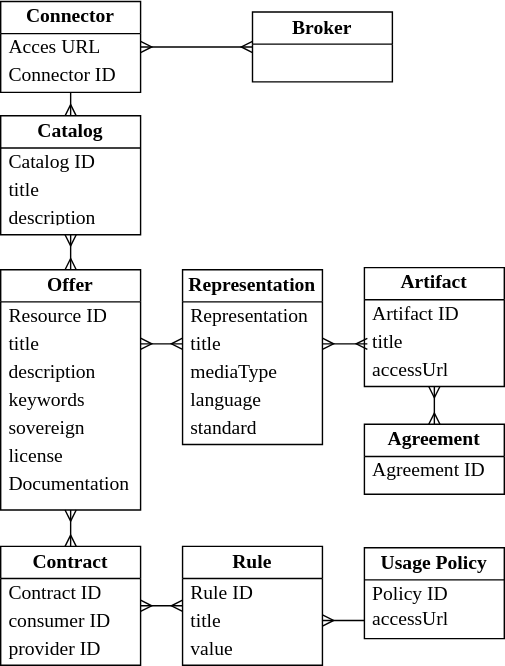
Before: img/IDSA/IDSA_ER.svg, a diagram exported from draw.io (KristavanZandwijk/MVDS). Source tidied: cells renumbered, new cells last; positions are measured from the earlier drawing's top-left corner, leaving out a move shared by most shapes. Its diagram source:
```xml
<mxGraphModel>
  <root>
    <mxCell id="0" />
    <mxCell id="1" parent="0" />
    <mxCell id="2" style="edgeStyle=orthogonalEdgeStyle;rounded=0;jettySize=auto;html=1;endArrow=ERmany;endFill=0;startArrow=ERmany;startFill=0;fontFamily=Times New Roman;fontSize=14;" parent="1" edge="1" source="4" target="47">
      <mxGeometry relative="1" as="geometry" />
    </mxCell>
    <mxCell id="3" style="rounded=0;jettySize=auto;html=1;endArrow=ERmany;endFill=0;strokeColor=#000000;fontFamily=Times New Roman;fontSize=14;" parent="1" edge="1" source="4" target="15">
      <mxGeometry x="-0.2" y="-18" relative="1" as="geometry" />
    </mxCell>
    <mxCell id="4" value="Connector" style="swimlane;whiteSpace=wrap;html=1;fontFamily=Times New Roman;fontSize=14;" parent="1" vertex="1">
      <mxGeometry y="0.5" width="100" height="65" as="geometry" />
    </mxCell>
    <mxCell id="5" value="Acces URL" style="text;strokeColor=none;fillColor=none;align=left;verticalAlign=middle;spacingLeft=4;spacingRight=4;overflow=hidden;whiteSpace=wrap;html=1;fontSize=14;fontFamily=Times New Roman;" parent="4" vertex="1">
      <mxGeometry y="22.5" width="100" height="20" as="geometry" />
    </mxCell>
    <mxCell id="6" value="Connector ID" style="text;strokeColor=none;fillColor=none;align=left;verticalAlign=middle;spacingLeft=4;spacingRight=4;overflow=hidden;whiteSpace=wrap;html=1;fontSize=14;fontFamily=Times New Roman;" parent="4" vertex="1">
      <mxGeometry y="42.5" width="100" height="20" as="geometry" />
    </mxCell>
    <mxCell id="7" value="Offer" style="swimlane;whiteSpace=wrap;html=1;fontFamily=Times New Roman;fontSize=14;" parent="1" vertex="1">
      <mxGeometry y="192.2" width="100" height="171.8" as="geometry" />
    </mxCell>
    <mxCell id="8" value="Resource ID" style="text;strokeColor=none;fillColor=none;align=left;verticalAlign=middle;spacingLeft=4;spacingRight=4;overflow=hidden;whiteSpace=wrap;html=1;fontSize=14;fontFamily=Times New Roman;" parent="7" vertex="1">
      <mxGeometry y="23" width="100" height="20" as="geometry" />
    </mxCell>
    <mxCell id="9" value="title" style="text;strokeColor=none;fillColor=none;align=left;verticalAlign=middle;spacingLeft=4;spacingRight=4;overflow=hidden;points=[[0,0.5],[1,0.5]];portConstraint=eastwest;whiteSpace=wrap;html=1;fontSize=14;fontFamily=Times New Roman;" parent="7" vertex="1">
      <mxGeometry y="43" width="100" height="20" as="geometry" />
    </mxCell>
    <mxCell id="10" value="description" style="text;strokeColor=none;fillColor=none;align=left;verticalAlign=middle;spacingLeft=4;spacingRight=4;overflow=hidden;whiteSpace=wrap;html=1;fontSize=14;fontFamily=Times New Roman;" parent="7" vertex="1">
      <mxGeometry y="63" width="100" height="20" as="geometry" />
    </mxCell>
    <mxCell id="11" value="keywords" style="text;strokeColor=none;fillColor=none;align=left;verticalAlign=middle;spacingLeft=4;spacingRight=4;overflow=hidden;whiteSpace=wrap;html=1;fontSize=14;fontFamily=Times New Roman;" parent="7" vertex="1">
      <mxGeometry y="83" width="100" height="20" as="geometry" />
    </mxCell>
    <mxCell id="12" value="sovereign" style="text;strokeColor=none;fillColor=none;align=left;verticalAlign=middle;spacingLeft=4;spacingRight=4;overflow=hidden;whiteSpace=wrap;html=1;fontSize=14;fontFamily=Times New Roman;" parent="7" vertex="1">
      <mxGeometry y="103" width="100" height="20" as="geometry" />
    </mxCell>
    <mxCell id="13" value="license" style="text;strokeColor=none;fillColor=none;align=left;verticalAlign=middle;spacingLeft=4;spacingRight=4;overflow=hidden;whiteSpace=wrap;html=1;fontSize=14;fontFamily=Times New Roman;" parent="7" vertex="1">
      <mxGeometry y="123" width="100" height="20" as="geometry" />
    </mxCell>
    <mxCell id="14" value="Documentation" style="text;strokeColor=none;fillColor=none;align=left;verticalAlign=middle;spacingLeft=4;spacingRight=4;overflow=hidden;whiteSpace=wrap;html=1;fontSize=14;fontFamily=Times New Roman;" parent="7" vertex="1">
      <mxGeometry y="143" width="100" height="20" as="geometry" />
    </mxCell>
    <mxCell id="15" value="Catalog" style="swimlane;whiteSpace=wrap;html=1;fontFamily=Times New Roman;fontSize=14;" parent="1" vertex="1">
      <mxGeometry y="82.2" width="100" height="85" as="geometry" />
    </mxCell>
    <mxCell id="16" value="Catalog ID" style="text;strokeColor=none;fillColor=none;align=left;verticalAlign=middle;spacingLeft=4;spacingRight=4;overflow=hidden;whiteSpace=wrap;html=1;fontSize=14;fontFamily=Times New Roman;" parent="15" vertex="1">
      <mxGeometry y="23" width="100" height="20" as="geometry" />
    </mxCell>
    <mxCell id="17" value="title" style="text;strokeColor=none;fillColor=none;align=left;verticalAlign=middle;spacingLeft=4;spacingRight=4;overflow=hidden;whiteSpace=wrap;html=1;fontSize=14;fontFamily=Times New Roman;" parent="15" vertex="1">
      <mxGeometry y="43" width="100" height="20" as="geometry" />
    </mxCell>
    <mxCell id="18" value="&lt;div&gt;description&lt;/div&gt;" style="text;strokeColor=none;fillColor=none;align=left;verticalAlign=middle;spacingLeft=4;spacingRight=4;overflow=hidden;whiteSpace=wrap;html=1;fontSize=14;fontFamily=Times New Roman;" parent="15" vertex="1">
      <mxGeometry y="63" width="100" height="17" as="geometry" />
    </mxCell>
    <mxCell id="19" value="Usage Policy" style="swimlane;whiteSpace=wrap;html=1;startSize=23;fontFamily=Times New Roman;fontSize=14;" parent="1" vertex="1">
      <mxGeometry x="260" y="391" width="100" height="65" as="geometry" />
    </mxCell>
    <mxCell id="20" value="Policy ID" style="text;strokeColor=none;fillColor=none;align=left;verticalAlign=middle;spacingLeft=4;spacingRight=4;overflow=hidden;whiteSpace=wrap;html=1;fontSize=14;fontFamily=Times New Roman;" parent="19" vertex="1">
      <mxGeometry y="23" width="100" height="20" as="geometry" />
    </mxCell>
    <mxCell id="21" value="accessUrl" style="text;strokeColor=none;fillColor=none;align=left;verticalAlign=middle;spacingLeft=4;spacingRight=4;overflow=hidden;points=[[0,0.5],[1,0.5]];portConstraint=eastwest;whiteSpace=wrap;html=1;fontSize=14;fontFamily=Times New Roman;" parent="19" vertex="1">
      <mxGeometry y="40.5" width="100" height="20" as="geometry" />
    </mxCell>
    <mxCell id="22" style="edgeStyle=orthogonalEdgeStyle;rounded=0;jettySize=auto;html=1;endArrow=none;endFill=0;startArrow=ERmany;startFill=0;fontFamily=Times New Roman;fontSize=14;exitX=1;exitY=0.5;exitDx=0;exitDy=0;" parent="1" edge="1" source="26" target="21">
      <mxGeometry y="-10" relative="1" as="geometry">
        <Array as="points">
          <mxPoint x="260" y="443" />
          <mxPoint x="260" y="443" />
        </Array>
      </mxGeometry>
    </mxCell>
    <mxCell id="23" style="edgeStyle=orthogonalEdgeStyle;rounded=0;jettySize=auto;html=1;endArrow=ERmany;endFill=0;startArrow=ERmany;startFill=0;fontFamily=Times New Roman;fontSize=14;" parent="1" edge="1" source="24" target="29">
      <mxGeometry x="0.04" y="10" relative="1" as="geometry" />
    </mxCell>
    <mxCell id="24" value="Rule" style="swimlane;whiteSpace=wrap;html=1;fontFamily=Times New Roman;fontSize=14;" parent="1" vertex="1">
      <mxGeometry x="130" y="390" width="100" height="85" as="geometry" />
    </mxCell>
    <mxCell id="25" value="Rule ID" style="text;strokeColor=none;fillColor=none;align=left;verticalAlign=middle;spacingLeft=4;spacingRight=4;overflow=hidden;whiteSpace=wrap;html=1;fontSize=14;fontFamily=Times New Roman;" parent="24" vertex="1">
      <mxGeometry y="23" width="100" height="20" as="geometry" />
    </mxCell>
    <mxCell id="26" value="title" style="text;strokeColor=none;fillColor=none;align=left;verticalAlign=middle;spacingLeft=4;spacingRight=4;overflow=hidden;points=[[0,0.5],[1,0.5]];portConstraint=eastwest;whiteSpace=wrap;html=1;fontSize=14;fontFamily=Times New Roman;" parent="24" vertex="1">
      <mxGeometry y="43" width="100" height="20" as="geometry" />
    </mxCell>
    <mxCell id="27" value="value" style="text;strokeColor=none;fillColor=none;align=left;verticalAlign=middle;spacingLeft=4;spacingRight=4;overflow=hidden;whiteSpace=wrap;html=1;fontSize=14;fontFamily=Times New Roman;" parent="24" vertex="1">
      <mxGeometry y="63" width="100" height="20" as="geometry" />
    </mxCell>
    <mxCell id="28" style="edgeStyle=orthogonalEdgeStyle;rounded=0;jettySize=auto;html=1;endArrow=ERmany;endFill=0;startArrow=ERmany;startFill=0;fontFamily=Times New Roman;fontSize=14;" parent="1" edge="1" source="29" target="7">
      <mxGeometry x="0.2" y="30" relative="1" as="geometry" />
    </mxCell>
    <mxCell id="29" value="Contract" style="swimlane;whiteSpace=wrap;html=1;fontFamily=Times New Roman;fontSize=14;" parent="1" vertex="1">
      <mxGeometry y="390" width="100" height="85" as="geometry" />
    </mxCell>
    <mxCell id="30" value="Contract ID" style="text;strokeColor=none;fillColor=none;align=left;verticalAlign=middle;spacingLeft=4;spacingRight=4;overflow=hidden;whiteSpace=wrap;html=1;fontSize=14;fontFamily=Times New Roman;" parent="29" vertex="1">
      <mxGeometry y="23" width="100" height="20" as="geometry" />
    </mxCell>
    <mxCell id="31" value="consumer ID" style="text;strokeColor=none;fillColor=none;align=left;verticalAlign=middle;spacingLeft=4;spacingRight=4;overflow=hidden;whiteSpace=wrap;html=1;fontSize=14;fontFamily=Times New Roman;" parent="29" vertex="1">
      <mxGeometry y="43" width="100" height="20" as="geometry" />
    </mxCell>
    <mxCell id="32" value="provider ID" style="text;strokeColor=none;fillColor=none;align=left;verticalAlign=middle;spacingLeft=4;spacingRight=4;overflow=hidden;whiteSpace=wrap;html=1;fontSize=14;fontFamily=Times New Roman;" parent="29" vertex="1">
      <mxGeometry y="62.5" width="100" height="20" as="geometry" />
    </mxCell>
    <mxCell id="33" style="edgeStyle=orthogonalEdgeStyle;rounded=0;jettySize=auto;html=1;endArrow=ERmany;endFill=0;startArrow=ERmany;startFill=0;fontFamily=Times New Roman;fontSize=14;" parent="1" edge="1" source="7" target="15">
      <mxGeometry x="0.2" y="30" relative="1" as="geometry" />
    </mxCell>
    <mxCell id="34" style="edgeStyle=orthogonalEdgeStyle;rounded=0;jettySize=auto;html=1;endArrow=ERmany;endFill=0;startArrow=ERmany;startFill=0;fontFamily=Times New Roman;fontSize=14;" parent="1" edge="1" source="35" target="48">
      <mxGeometry relative="1" as="geometry" />
    </mxCell>
    <mxCell id="35" value="Artifact" style="swimlane;whiteSpace=wrap;html=1;fontFamily=Times New Roman;fontSize=14;" parent="1" vertex="1">
      <mxGeometry x="260" y="190.8" width="100" height="85" as="geometry" />
    </mxCell>
    <mxCell id="36" value="Artifact ID" style="text;strokeColor=none;fillColor=none;align=left;verticalAlign=middle;spacingLeft=4;spacingRight=4;overflow=hidden;whiteSpace=wrap;html=1;fontSize=14;fontFamily=Times New Roman;" parent="35" vertex="1">
      <mxGeometry y="23" width="100" height="20" as="geometry" />
    </mxCell>
    <mxCell id="37" value="title" style="text;strokeColor=none;fillColor=none;align=left;verticalAlign=middle;spacingLeft=4;spacingRight=4;overflow=hidden;points=[[0,0.5],[1,0.5]];portConstraint=eastwest;whiteSpace=wrap;html=1;fontSize=14;fontFamily=Times New Roman;" parent="35" vertex="1">
      <mxGeometry y="43" width="70" height="20" as="geometry" />
    </mxCell>
    <mxCell id="38" value="accessUrl" style="text;strokeColor=none;fillColor=none;align=left;verticalAlign=middle;spacingLeft=4;spacingRight=4;overflow=hidden;whiteSpace=wrap;html=1;fontSize=14;fontFamily=Times New Roman;" parent="35" vertex="1">
      <mxGeometry y="63" width="100" height="20" as="geometry" />
    </mxCell>
    <mxCell id="39" style="edgeStyle=orthogonalEdgeStyle;rounded=0;jettySize=auto;html=1;endArrow=ERmany;endFill=0;startArrow=ERmany;startFill=0;fontFamily=Times New Roman;fontSize=14;exitX=1;exitY=0.5;exitDx=0;exitDy=0;entryX=0.03;entryY=0.576;entryDx=0;entryDy=0;entryPerimeter=0;" parent="1" edge="1" source="43" target="37">
      <mxGeometry y="10" relative="1" as="geometry" />
    </mxCell>
    <mxCell id="40" style="rounded=0;jettySize=auto;html=1;endArrow=ERmany;endFill=0;startArrow=ERmany;startFill=0;fontFamily=Times New Roman;fontSize=14;entryX=1;entryY=0.5;entryDx=0;entryDy=0;exitX=0;exitY=0.5;exitDx=0;exitDy=0;" parent="1" edge="1" source="43" target="9">
      <mxGeometry x="-0.04" y="-10" relative="1" as="geometry" />
    </mxCell>
    <mxCell id="41" value="Representation" style="swimlane;whiteSpace=wrap;html=1;fontFamily=Times New Roman;fontSize=14;" parent="1" vertex="1">
      <mxGeometry x="130" y="192.2" width="100" height="125" as="geometry" />
    </mxCell>
    <mxCell id="42" value="Representation ID" style="text;strokeColor=none;fillColor=none;align=left;verticalAlign=middle;spacingLeft=4;spacingRight=4;overflow=hidden;whiteSpace=wrap;html=1;fontSize=14;fontFamily=Times New Roman;" parent="41" vertex="1">
      <mxGeometry y="23" width="100" height="20" as="geometry" />
    </mxCell>
    <mxCell id="43" value="title" style="text;strokeColor=none;fillColor=none;align=left;verticalAlign=middle;spacingLeft=4;spacingRight=4;overflow=hidden;points=[[0,0.5],[1,0.5]];portConstraint=eastwest;whiteSpace=wrap;html=1;fontSize=14;fontFamily=Times New Roman;" parent="41" vertex="1">
      <mxGeometry y="43" width="100" height="20" as="geometry" />
    </mxCell>
    <mxCell id="44" value="mediaType" style="text;strokeColor=none;fillColor=none;align=left;verticalAlign=middle;spacingLeft=4;spacingRight=4;overflow=hidden;whiteSpace=wrap;html=1;fontSize=14;fontFamily=Times New Roman;" parent="41" vertex="1">
      <mxGeometry y="63" width="100" height="20" as="geometry" />
    </mxCell>
    <mxCell id="45" value="language" style="text;strokeColor=none;fillColor=none;align=left;verticalAlign=middle;spacingLeft=4;spacingRight=4;overflow=hidden;whiteSpace=wrap;html=1;fontSize=14;fontFamily=Times New Roman;" parent="41" vertex="1">
      <mxGeometry y="83" width="100" height="20" as="geometry" />
    </mxCell>
    <mxCell id="46" value="standard" style="text;strokeColor=none;fillColor=none;align=left;verticalAlign=middle;spacingLeft=4;spacingRight=4;overflow=hidden;whiteSpace=wrap;html=1;fontSize=14;fontFamily=Times New Roman;" parent="41" vertex="1">
      <mxGeometry y="103" width="100" height="20" as="geometry" />
    </mxCell>
    <mxCell id="47" value="Broker" style="swimlane;whiteSpace=wrap;html=1;fontFamily=Times New Roman;fontSize=14;" parent="1" vertex="1">
      <mxGeometry x="180" y="8" width="100" height="50" as="geometry" />
    </mxCell>
    <mxCell id="48" value="Agreement" style="swimlane;whiteSpace=wrap;html=1;fontFamily=Times New Roman;fontSize=14;" parent="1" vertex="1">
      <mxGeometry x="260" y="302.8" width="100" height="50" as="geometry" />
    </mxCell>
    <mxCell id="49" value="Agreement ID" style="text;strokeColor=none;fillColor=none;align=left;verticalAlign=middle;spacingLeft=4;spacingRight=4;overflow=hidden;whiteSpace=wrap;html=1;fontSize=14;fontFamily=Times New Roman;" parent="48" vertex="1">
      <mxGeometry y="22.5" width="100" height="20" as="geometry" />
    </mxCell>
  </root>
</mxGraphModel>
```
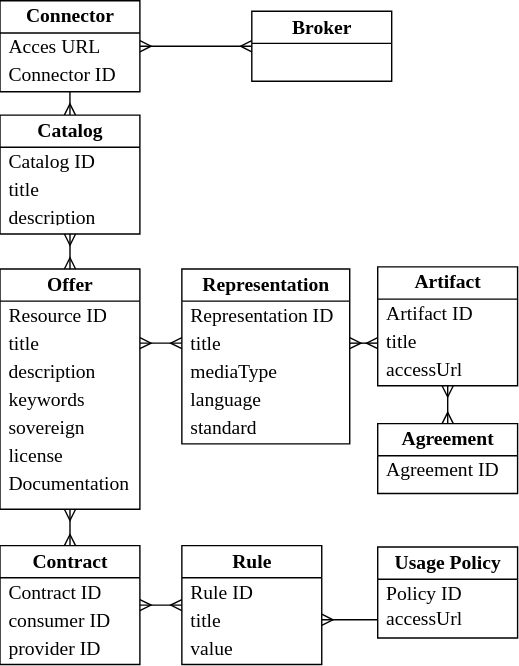
The same diagram one commit later.

Diff of the diagram source:
```diff
@@ -54,7 +54,7 @@
       <mxGeometry y="63" width="100" height="17" as="geometry" />
     </mxCell>
     <mxCell id="19" value="Usage Policy" style="swimlane;whiteSpace=wrap;html=1;startSize=23;fontFamily=Times New Roman;fontSize=14;" parent="1" vertex="1">
-      <mxGeometry x="260" y="391" width="100" height="65" as="geometry" />
+      <mxGeometry x="270" y="391" width="100" height="65" as="geometry" />
     </mxCell>
     <mxCell id="20" value="Policy ID" style="text;strokeColor=none;fillColor=none;align=left;verticalAlign=middle;spacingLeft=4;spacingRight=4;overflow=hidden;whiteSpace=wrap;html=1;fontSize=14;fontFamily=Times New Roman;" parent="19" vertex="1">
       <mxGeometry y="23" width="100" height="20" as="geometry" />
@@ -107,31 +107,36 @@
       <mxGeometry relative="1" as="geometry" />
     </mxCell>
     <mxCell id="35" value="Artifact" style="swimlane;whiteSpace=wrap;html=1;fontFamily=Times New Roman;fontSize=14;" parent="1" vertex="1">
-      <mxGeometry x="260" y="190.8" width="100" height="85" as="geometry" />
+      <mxGeometry x="270" y="190.8" width="100" height="85" as="geometry" />
     </mxCell>
     <mxCell id="36" value="Artifact ID" style="text;strokeColor=none;fillColor=none;align=left;verticalAlign=middle;spacingLeft=4;spacingRight=4;overflow=hidden;whiteSpace=wrap;html=1;fontSize=14;fontFamily=Times New Roman;" parent="35" vertex="1">
       <mxGeometry y="23" width="100" height="20" as="geometry" />
     </mxCell>
     <mxCell id="37" value="title" style="text;strokeColor=none;fillColor=none;align=left;verticalAlign=middle;spacingLeft=4;spacingRight=4;overflow=hidden;points=[[0,0.5],[1,0.5]];portConstraint=eastwest;whiteSpace=wrap;html=1;fontSize=14;fontFamily=Times New Roman;" parent="35" vertex="1">
-      <mxGeometry y="43" width="70" height="20" as="geometry" />
+      <mxGeometry y="43" width="100" height="20" as="geometry" />
     </mxCell>
     <mxCell id="38" value="accessUrl" style="text;strokeColor=none;fillColor=none;align=left;verticalAlign=middle;spacingLeft=4;spacingRight=4;overflow=hidden;whiteSpace=wrap;html=1;fontSize=14;fontFamily=Times New Roman;" parent="35" vertex="1">
       <mxGeometry y="63" width="100" height="20" as="geometry" />
     </mxCell>
-    <mxCell id="39" style="edgeStyle=orthogonalEdgeStyle;rounded=0;jettySize=auto;html=1;endArrow=ERmany;endFill=0;startArrow=ERmany;startFill=0;fontFamily=Times New Roman;fontSize=14;exitX=1;exitY=0.5;exitDx=0;exitDy=0;entryX=0.03;entryY=0.576;entryDx=0;entryDy=0;entryPerimeter=0;" parent="1" edge="1" source="43" target="37">
-      <mxGeometry y="10" relative="1" as="geometry" />
+    <mxCell id="39" style="edgeStyle=orthogonalEdgeStyle;rounded=0;jettySize=auto;html=1;endArrow=ERmany;endFill=0;startArrow=ERmany;startFill=0;fontFamily=Times New Roman;fontSize=14;" parent="1" edge="1" source="43" target="37">
+      <mxGeometry y="10" relative="1" as="geometry">
+        <Array as="points">
+          <mxPoint x="280" y="245" />
+          <mxPoint x="280" y="245" />
+        </Array>
+      </mxGeometry>
     </mxCell>
     <mxCell id="40" style="rounded=0;jettySize=auto;html=1;endArrow=ERmany;endFill=0;startArrow=ERmany;startFill=0;fontFamily=Times New Roman;fontSize=14;entryX=1;entryY=0.5;entryDx=0;entryDy=0;exitX=0;exitY=0.5;exitDx=0;exitDy=0;" parent="1" edge="1" source="43" target="9">
       <mxGeometry x="-0.04" y="-10" relative="1" as="geometry" />
     </mxCell>
     <mxCell id="41" value="Representation" style="swimlane;whiteSpace=wrap;html=1;fontFamily=Times New Roman;fontSize=14;" parent="1" vertex="1">
-      <mxGeometry x="130" y="192.2" width="100" height="125" as="geometry" />
+      <mxGeometry x="130" y="192.2" width="120" height="125" as="geometry" />
     </mxCell>
     <mxCell id="42" value="Representation ID" style="text;strokeColor=none;fillColor=none;align=left;verticalAlign=middle;spacingLeft=4;spacingRight=4;overflow=hidden;whiteSpace=wrap;html=1;fontSize=14;fontFamily=Times New Roman;" parent="41" vertex="1">
-      <mxGeometry y="23" width="100" height="20" as="geometry" />
+      <mxGeometry y="23" width="120" height="20" as="geometry" />
     </mxCell>
     <mxCell id="43" value="title" style="text;strokeColor=none;fillColor=none;align=left;verticalAlign=middle;spacingLeft=4;spacingRight=4;overflow=hidden;points=[[0,0.5],[1,0.5]];portConstraint=eastwest;whiteSpace=wrap;html=1;fontSize=14;fontFamily=Times New Roman;" parent="41" vertex="1">
-      <mxGeometry y="43" width="100" height="20" as="geometry" />
+      <mxGeometry y="43" width="120" height="20" as="geometry" />
     </mxCell>
     <mxCell id="44" value="mediaType" style="text;strokeColor=none;fillColor=none;align=left;verticalAlign=middle;spacingLeft=4;spacingRight=4;overflow=hidden;whiteSpace=wrap;html=1;fontSize=14;fontFamily=Times New Roman;" parent="41" vertex="1">
       <mxGeometry y="63" width="100" height="20" as="geometry" />
@@ -146,7 +151,7 @@
       <mxGeometry x="180" y="8" width="100" height="50" as="geometry" />
     </mxCell>
     <mxCell id="48" value="Agreement" style="swimlane;whiteSpace=wrap;html=1;fontFamily=Times New Roman;fontSize=14;" parent="1" vertex="1">
-      <mxGeometry x="260" y="302.8" width="100" height="50" as="geometry" />
+      <mxGeometry x="270" y="302.8" width="100" height="50" as="geometry" />
     </mxCell>
     <mxCell id="49" value="Agreement ID" style="text;strokeColor=none;fillColor=none;align=left;verticalAlign=middle;spacingLeft=4;spacingRight=4;overflow=hidden;whiteSpace=wrap;html=1;fontSize=14;fontFamily=Times New Roman;" parent="48" vertex="1">
       <mxGeometry y="22.5" width="100" height="20" as="geometry" />
```
